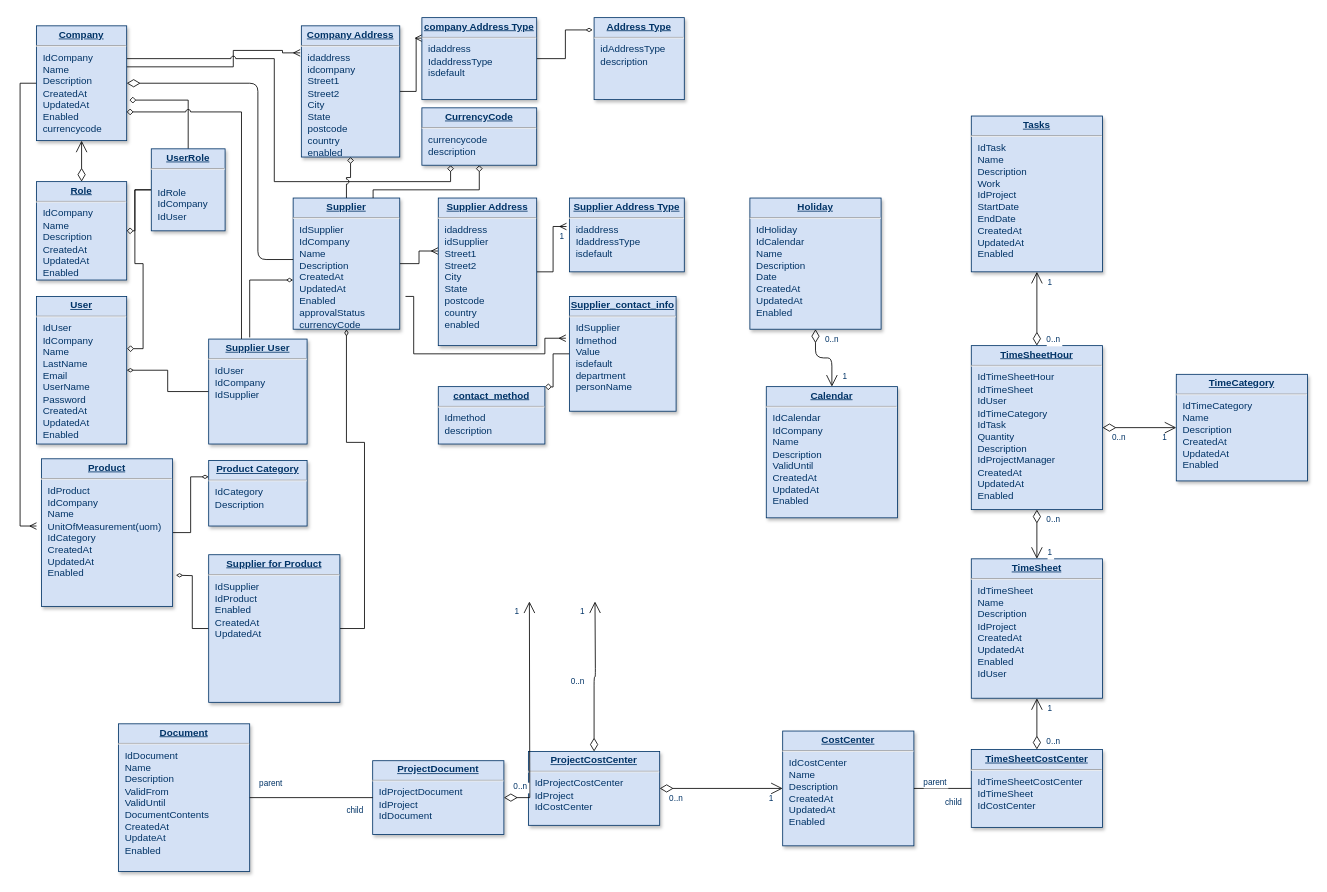
hemdho/react keeps this draw.io diagram as Reverse Auction.drawio. Above is the earlier version. Source tidied: cells renumbered, new cells numbered last; positions are measured from the earlier drawing's top-left corner, leaving out a move shared by most shapes. Both pictures are drawn from the tidied source at 82%, with x=0, y=0 at pixel (20, 17).
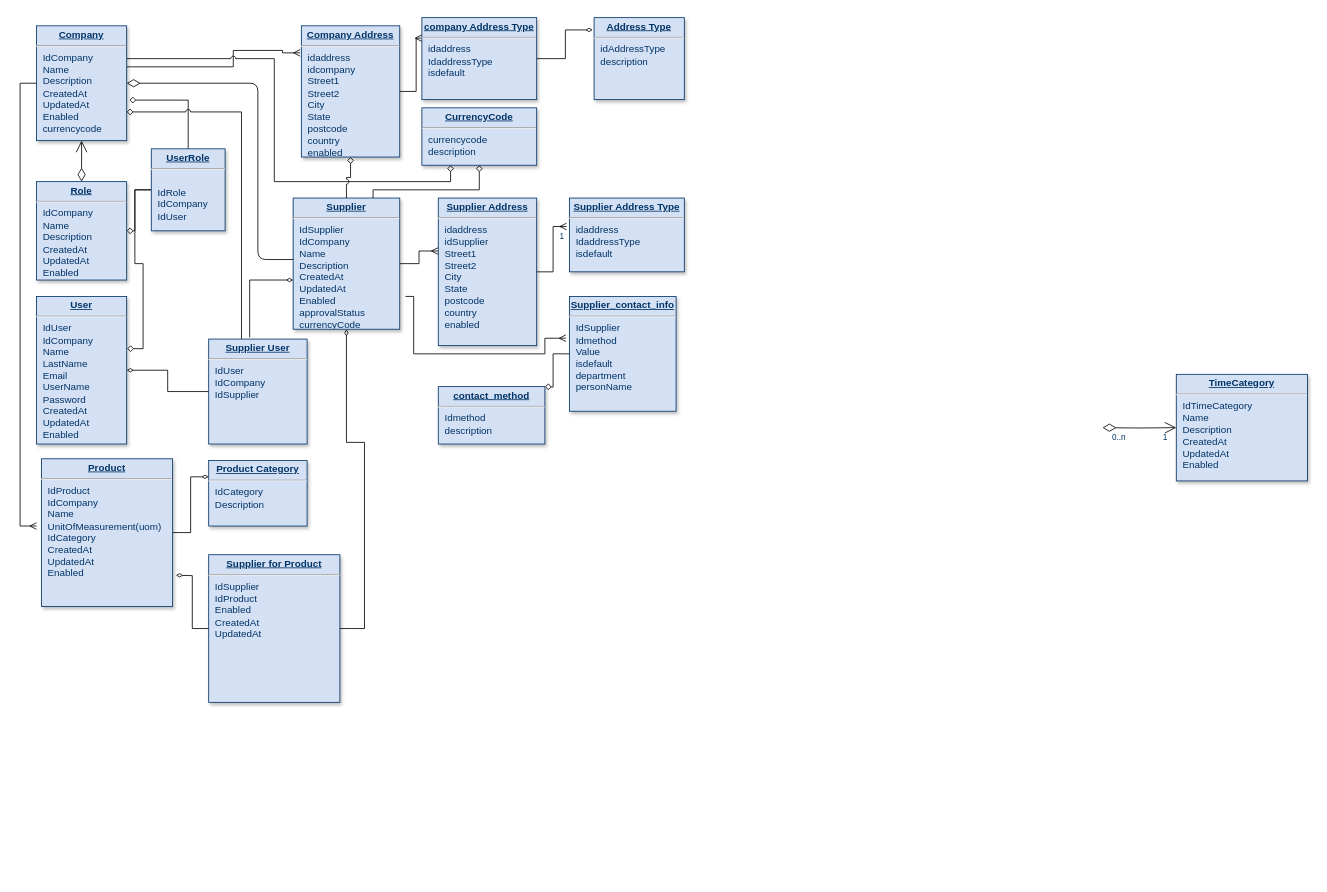
The same page after the edit.

Unchanged cells that the change refers to:
```xml
<mxCell id="23" value="&lt;p style=&quot;margin: 0px; margin-top: 4px; text-align: center; text-decoration: underline;&quot;&gt;&lt;strong&gt;TimeCategory&lt;/strong&gt;&lt;/p&gt;&lt;hr /&gt;&lt;p style=&quot;margin: 0px; margin-left: 8px;&quot;&gt;IdTimeCategory&lt;/p&gt;&lt;p style=&quot;margin: 0px; margin-left: 8px;&quot;&gt;Name&lt;/p&gt;&lt;p style=&quot;margin: 0px; margin-left: 8px;&quot;&gt;Description&lt;/p&gt;&lt;p style=&quot;margin: 0px; margin-left: 8px;&quot;&gt;CreatedAt&lt;/p&gt;&lt;p style=&quot;margin: 0px; margin-left: 8px;&quot;&gt;UpdatedAt&lt;/p&gt;&lt;p style=&quot;margin: 0px; margin-left: 8px;&quot;&gt;Enabled&lt;/p&gt;" style="verticalAlign=top;align=left;overflow=fill;fontSize=12;fontFamily=Helvetica;html=1;strokeColor=#003366;shadow=1;fillColor=#D4E1F5;fontColor=#003366;" parent="1" vertex="1">
  <mxGeometry x="1410" y="435" width="160" height="130" as="geometry" />
</mxCell>
```

Diff of the diagram source:
```diff
@@
-    <mxCell id="7" value="&lt;p style=&quot;margin: 0px; margin-top: 4px; text-align: center; text-decoration: underline;&quot;&gt;&lt;strong&gt;Calendar&lt;/strong&gt;&lt;/p&gt;&lt;hr /&gt;&lt;p style=&quot;margin: 0px; margin-left: 8px;&quot;&gt;IdCalendar&lt;/p&gt;&lt;p style=&quot;margin: 0px; margin-left: 8px;&quot;&gt;IdCompany&lt;/p&gt;&lt;p style=&quot;margin: 0px; margin-left: 8px;&quot;&gt;Name&lt;/p&gt;&lt;p style=&quot;margin: 0px; margin-left: 8px;&quot;&gt;Description&lt;/p&gt;&lt;p style=&quot;margin: 0px; margin-left: 8px;&quot;&gt;ValidUntil&lt;/p&gt;&lt;p style=&quot;margin: 0px; margin-left: 8px;&quot;&gt;CreatedAt&lt;/p&gt;&lt;p style=&quot;margin: 0px; margin-left: 8px;&quot;&gt;UpdatedAt&lt;/p&gt;&lt;p style=&quot;margin: 0px; margin-left: 8px;&quot;&gt;Enabled&lt;/p&gt;" style="verticalAlign=top;align=left;overflow=fill;fontSize=12;fontFamily=Helvetica;html=1;strokeColor=#003366;shadow=1;fillColor=#D4E1F5;fontColor=#003366;" parent="1" vertex="1">
-      <mxGeometry x="910" y="450" width="160" height="160" as="geometry" />
-    </mxCell>
@@
-    <mxCell id="19" value="&lt;p style=&quot;margin: 0px; margin-top: 4px; text-align: center; text-decoration: underline;&quot;&gt;&lt;strong&gt;Holiday&lt;/strong&gt;&lt;/p&gt;&lt;hr /&gt;&lt;p style=&quot;margin: 0px; margin-left: 8px;&quot;&gt;IdHoliday&lt;/p&gt;&lt;p style=&quot;margin: 0px; margin-left: 8px;&quot;&gt;IdCalendar&lt;/p&gt;&lt;p style=&quot;margin: 0px; margin-left: 8px;&quot;&gt;Name&lt;/p&gt;&lt;p style=&quot;margin: 0px; margin-left: 8px;&quot;&gt;Description&lt;/p&gt;&lt;p style=&quot;margin: 0px; margin-left: 8px;&quot;&gt;Date&lt;/p&gt;&lt;p style=&quot;margin: 0px; margin-left: 8px;&quot;&gt;CreatedAt&lt;/p&gt;&lt;p style=&quot;margin: 0px; margin-left: 8px;&quot;&gt;UpdatedAt&lt;/p&gt;&lt;p style=&quot;margin: 0px; margin-left: 8px;&quot;&gt;Enabled&lt;/p&gt;" style="verticalAlign=top;align=left;overflow=fill;fontSize=12;fontFamily=Helvetica;html=1;strokeColor=#003366;shadow=1;fillColor=#D4E1F5;fontColor=#003366;" parent="1" vertex="1">
-      <mxGeometry x="890" y="220" width="160" height="160" as="geometry" />
-    </mxCell>
-    <mxCell id="20" value="&lt;p style=&quot;margin: 0px; margin-top: 4px; text-align: center; text-decoration: underline;&quot;&gt;&lt;strong&gt;TimeSheet&lt;/strong&gt;&lt;/p&gt;&lt;hr /&gt;&lt;p style=&quot;margin: 0px; margin-left: 8px;&quot;&gt;IdTimeSheet&lt;/p&gt;&lt;p style=&quot;margin: 0px; margin-left: 8px;&quot;&gt;Name&lt;/p&gt;&lt;p style=&quot;margin: 0px; margin-left: 8px;&quot;&gt;Description&lt;/p&gt;&lt;p style=&quot;margin: 0px; margin-left: 8px;&quot;&gt;IdProject&lt;/p&gt;&lt;p style=&quot;margin: 0px; margin-left: 8px;&quot;&gt;CreatedAt&lt;/p&gt;&lt;p style=&quot;margin: 0px; margin-left: 8px;&quot;&gt;UpdatedAt&lt;/p&gt;&lt;p style=&quot;margin: 0px; margin-left: 8px;&quot;&gt;Enabled&lt;/p&gt;&lt;p style=&quot;margin: 0px; margin-left: 8px;&quot;&gt;IdUser&lt;/p&gt;" style="verticalAlign=top;align=left;overflow=fill;fontSize=12;fontFamily=Helvetica;html=1;strokeColor=#003366;shadow=1;fillColor=#D4E1F5;fontColor=#003366;" parent="1" vertex="1">
-      <mxGeometry x="1160" y="660" width="160" height="170" as="geometry" />
-    </mxCell>
-    <mxCell id="21" value="&lt;p style=&quot;margin: 0px; margin-top: 4px; text-align: center; text-decoration: underline;&quot;&gt;&lt;strong&gt;TimeSheetHour&lt;/strong&gt;&lt;/p&gt;&lt;hr /&gt;&lt;p style=&quot;margin: 0px; margin-left: 8px;&quot;&gt;IdTimeSheetHour&lt;br /&gt;IdTimeSheet&lt;/p&gt;&lt;p style=&quot;margin: 0px; margin-left: 8px;&quot;&gt;IdUser&lt;/p&gt;&lt;p style=&quot;margin: 0px; margin-left: 8px;&quot;&gt;IdTimeCategory&lt;/p&gt;&lt;p style=&quot;margin: 0px; margin-left: 8px;&quot;&gt;IdTask&lt;/p&gt;&lt;p style=&quot;margin: 0px; margin-left: 8px;&quot;&gt;Quantity&lt;/p&gt;&lt;p style=&quot;margin: 0px; margin-left: 8px;&quot;&gt;Description&lt;/p&gt;&lt;p style=&quot;margin: 0px; margin-left: 8px;&quot;&gt;IdProjectManager&lt;/p&gt;&lt;p style=&quot;margin: 0px; margin-left: 8px;&quot;&gt;CreatedAt&lt;/p&gt;&lt;p style=&quot;margin: 0px; margin-left: 8px;&quot;&gt;UpdatedAt&lt;/p&gt;&lt;p style=&quot;margin: 0px; margin-left: 8px;&quot;&gt;Enabled&lt;/p&gt;" style="verticalAlign=top;align=left;overflow=fill;fontSize=12;fontFamily=Helvetica;html=1;strokeColor=#003366;shadow=1;fillColor=#D4E1F5;fontColor=#003366;" parent="1" vertex="1">
-      <mxGeometry x="1160" y="400" width="160" height="200" as="geometry" />
-    </mxCell>
-    <mxCell id="22" value="&lt;p style=&quot;margin: 0px; margin-top: 4px; text-align: center; text-decoration: underline;&quot;&gt;&lt;strong&gt;Document&lt;/strong&gt;&lt;/p&gt;&lt;hr /&gt;&lt;p style=&quot;margin: 0px; margin-left: 8px;&quot;&gt;IdDocument&lt;/p&gt;&lt;p style=&quot;margin: 0px; margin-left: 8px;&quot;&gt;Name&lt;/p&gt;&lt;p style=&quot;margin: 0px; margin-left: 8px;&quot;&gt;Description&lt;/p&gt;&lt;p style=&quot;margin: 0px; margin-left: 8px;&quot;&gt;ValidFrom&lt;/p&gt;&lt;p style=&quot;margin: 0px; margin-left: 8px;&quot;&gt;ValidUntil&lt;/p&gt;&lt;p style=&quot;margin: 0px; margin-left: 8px;&quot;&gt;DocumentContents&lt;/p&gt;&lt;p style=&quot;margin: 0px; margin-left: 8px;&quot;&gt;CreatedAt&lt;/p&gt;&lt;p style=&quot;margin: 0px; margin-left: 8px;&quot;&gt;UpdateAt&lt;/p&gt;&lt;p style=&quot;margin: 0px; margin-left: 8px;&quot;&gt;Enabled&lt;/p&gt;" style="verticalAlign=top;align=left;overflow=fill;fontSize=12;fontFamily=Helvetica;html=1;strokeColor=#003366;shadow=1;fillColor=#D4E1F5;fontColor=#003366;" parent="1" vertex="1">
-      <mxGeometry x="120" y="861.2" width="160" height="180" as="geometry" />
-    </mxCell>
@@
-    <mxCell id="24" value="&lt;p style=&quot;margin: 0px; margin-top: 4px; text-align: center; text-decoration: underline;&quot;&gt;&lt;strong&gt;TimeSheetCostCenter&lt;/strong&gt;&lt;/p&gt;&lt;hr /&gt;&lt;p style=&quot;margin: 0px; margin-left: 8px;&quot;&gt;IdTimeSheetCostCenter&lt;/p&gt;&lt;p style=&quot;margin: 0px; margin-left: 8px;&quot;&gt;IdTimeSheet&lt;/p&gt;&lt;p style=&quot;margin: 0px; margin-left: 8px;&quot;&gt;IdCostCenter&lt;/p&gt;" style="verticalAlign=top;align=left;overflow=fill;fontSize=12;fontFamily=Helvetica;html=1;strokeColor=#003366;shadow=1;fillColor=#D4E1F5;fontColor=#003366;" parent="1" vertex="1">
-      <mxGeometry x="1160" y="892.5" width="160" height="95" as="geometry" />
-    </mxCell>
-    <mxCell id="25" value="&lt;p style=&quot;margin: 0px; margin-top: 4px; text-align: center; text-decoration: underline;&quot;&gt;&lt;strong&gt;CostCenter&lt;/strong&gt;&lt;/p&gt;&lt;hr /&gt;&lt;p style=&quot;margin: 0px; margin-left: 8px;&quot;&gt;IdCostCenter&lt;/p&gt;&lt;p style=&quot;margin: 0px; margin-left: 8px;&quot;&gt;Name&lt;/p&gt;&lt;p style=&quot;margin: 0px; margin-left: 8px;&quot;&gt;Description&lt;/p&gt;&lt;p style=&quot;margin: 0px; margin-left: 8px;&quot;&gt;CreatedAt&lt;/p&gt;&lt;p style=&quot;margin: 0px; margin-left: 8px;&quot;&gt;UpdatedAt&lt;/p&gt;&lt;p style=&quot;margin: 0px; margin-left: 8px;&quot;&gt;Enabled&lt;/p&gt;" style="verticalAlign=top;align=left;overflow=fill;fontSize=12;fontFamily=Helvetica;html=1;strokeColor=#003366;shadow=1;fillColor=#D4E1F5;fontColor=#003366;" parent="1" vertex="1">
-      <mxGeometry x="930" y="870" width="160" height="140" as="geometry" />
-    </mxCell>
-    <mxCell id="26" value="&lt;p style=&quot;margin: 0px; margin-top: 4px; text-align: center; text-decoration: underline;&quot;&gt;&lt;strong&gt;ProjectCostCenter&lt;/strong&gt;&lt;/p&gt;&lt;hr /&gt;&lt;p style=&quot;margin: 0px; margin-left: 8px;&quot;&gt;IdProjectCostCenter&lt;/p&gt;&lt;p style=&quot;margin: 0px; margin-left: 8px;&quot;&gt;IdProject&lt;/p&gt;&lt;p style=&quot;margin: 0px; margin-left: 8px;&quot;&gt;IdCostCenter&lt;/p&gt;" style="verticalAlign=top;align=left;overflow=fill;fontSize=12;fontFamily=Helvetica;html=1;strokeColor=#003366;shadow=1;fillColor=#D4E1F5;fontColor=#003366;" parent="1" vertex="1">
-      <mxGeometry x="620" y="895" width="160" height="90" as="geometry" />
-    </mxCell>
-    <mxCell id="27" value="&lt;p style=&quot;margin: 0px ; margin-top: 4px ; text-align: center ; text-decoration: underline&quot;&gt;&lt;strong&gt;ProjectDocument&lt;/strong&gt;&lt;/p&gt;&lt;hr&gt;&lt;p style=&quot;margin: 0px ; margin-left: 8px&quot;&gt;IdProjectDocument&lt;/p&gt;&lt;p style=&quot;margin: 0px ; margin-left: 8px&quot;&gt;IdProject&lt;/p&gt;&lt;p style=&quot;margin: 0px ; margin-left: 8px&quot;&gt;IdDocument&lt;/p&gt;" style="verticalAlign=top;align=left;overflow=fill;fontSize=12;fontFamily=Helvetica;html=1;strokeColor=#003366;shadow=1;fillColor=#D4E1F5;fontColor=#003366;" parent="1" vertex="1">
-      <mxGeometry x="430" y="906.2" width="160" height="90" as="geometry" />
-    </mxCell>
-    <mxCell id="28" value="&lt;p style=&quot;margin: 0px; margin-top: 4px; text-align: center; text-decoration: underline;&quot;&gt;&lt;strong&gt;Tasks&lt;/strong&gt;&lt;/p&gt;&lt;hr /&gt;&lt;p style=&quot;margin: 0px; margin-left: 8px;&quot;&gt;IdTask&lt;/p&gt;&lt;p style=&quot;margin: 0px; margin-left: 8px;&quot;&gt;Name&lt;/p&gt;&lt;p style=&quot;margin: 0px; margin-left: 8px;&quot;&gt;Description&lt;/p&gt;&lt;p style=&quot;margin: 0px; margin-left: 8px;&quot;&gt;Work&lt;/p&gt;&lt;p style=&quot;margin: 0px; margin-left: 8px;&quot;&gt;IdProject&lt;/p&gt;&lt;p style=&quot;margin: 0px; margin-left: 8px;&quot;&gt;StartDate&lt;/p&gt;&lt;p style=&quot;margin: 0px; margin-left: 8px;&quot;&gt;EndDate&lt;/p&gt;&lt;p style=&quot;margin: 0px; margin-left: 8px;&quot;&gt;CreatedAt&lt;/p&gt;&lt;p style=&quot;margin: 0px; margin-left: 8px;&quot;&gt;UpdatedAt&lt;/p&gt;&lt;p style=&quot;margin: 0px; margin-left: 8px;&quot;&gt;Enabled&lt;/p&gt;" style="verticalAlign=top;align=left;overflow=fill;fontSize=12;fontFamily=Helvetica;html=1;strokeColor=#003366;shadow=1;fillColor=#D4E1F5;fontColor=#003366;" parent="1" vertex="1">
-      <mxGeometry x="1160" y="120" width="160" height="190" as="geometry" />
-    </mxCell>
@@
-    <mxCell id="31" style="endArrow=open;endSize=12;startArrow=diamondThin;startSize=14;startFill=0;edgeStyle=orthogonalEdgeStyle;" parent="1" edge="1" source="21" target="20">
-      <mxGeometry x="1269.4" y="180" as="geometry" />
-    </mxCell>
-    <mxCell id="32" value="0..n" style="align=left;verticalAlign=top;labelBackgroundColor=#ffffff;fontSize=10;strokeColor=#003366;shadow=1;fillColor=#D4E1F5;fontColor=#003366;" parent="31" vertex="1">
-      <mxGeometry x="-1" relative="1" as="geometry">
-        <mxPoint x="10" as="offset" />
-      </mxGeometry>
-    </mxCell>
-    <mxCell id="33" value="1" style="align=right;verticalAlign=top;labelBackgroundColor=#ffffff;fontSize=10;strokeColor=#003366;shadow=1;fillColor=#D4E1F5;fontColor=#003366;" parent="31" vertex="1">
-      <mxGeometry x="1" relative="1" as="geometry">
-        <mxPoint x="20" y="-20" as="offset" />
-      </mxGeometry>
-    </mxCell>
-    <mxCell id="34" style="endArrow=open;endSize=12;startArrow=diamondThin;startSize=14;startFill=0;edgeStyle=orthogonalEdgeStyle;entryX=0.75;entryY=1;" parent="1" edge="1" source="26">
-      <mxGeometry x="479.4" y="790" as="geometry">
-        <mxPoint x="701.1" y="712" as="targetPoint" />
-      </mxGeometry>
-    </mxCell>
-    <mxCell id="35" value="0..n" style="align=left;verticalAlign=top;labelBackgroundColor=#ffffff;fontSize=10;strokeColor=#003366;shadow=1;fillColor=#D4E1F5;fontColor=#003366;" parent="34" vertex="1">
-      <mxGeometry x="-1" relative="1" as="geometry">
-        <mxPoint x="-30" y="-97.5" as="offset" />
-      </mxGeometry>
-    </mxCell>
-    <mxCell id="36" value="1" style="align=right;verticalAlign=top;labelBackgroundColor=#ffffff;fontSize=10;strokeColor=#003366;shadow=1;fillColor=#D4E1F5;fontColor=#003366;" parent="34" vertex="1">
-      <mxGeometry x="1" relative="1" as="geometry">
-        <mxPoint x="-11.1" as="offset" />
-      </mxGeometry>
-    </mxCell>
-    <mxCell id="37" style="endArrow=open;endSize=12;startArrow=diamondThin;startSize=14;startFill=0;edgeStyle=orthogonalEdgeStyle;" parent="1" edge="1" source="26" target="25">
-      <mxGeometry x="469.4" y="526.2" as="geometry" />
-    </mxCell>
-    <mxCell id="38" value="0..n" style="align=left;verticalAlign=top;labelBackgroundColor=#ffffff;fontSize=10;strokeColor=#003366;shadow=1;fillColor=#D4E1F5;fontColor=#003366;" parent="37" vertex="1">
-      <mxGeometry x="-1" relative="1" as="geometry">
-        <mxPoint x="10" as="offset" />
-      </mxGeometry>
-    </mxCell>
-    <mxCell id="39" value="1" style="align=right;verticalAlign=top;labelBackgroundColor=#ffffff;fontSize=10;strokeColor=#003366;shadow=1;fillColor=#D4E1F5;fontColor=#003366;" parent="37" vertex="1">
-      <mxGeometry x="1" relative="1" as="geometry">
-        <mxPoint x="-10" as="offset" />
-      </mxGeometry>
-    </mxCell>
-    <mxCell id="40" style="endArrow=open;endSize=12;startArrow=diamondThin;startSize=14;startFill=0;edgeStyle=orthogonalEdgeStyle;entryX=0.25;entryY=1;rounded=0;" parent="1" edge="1" source="27">
-      <mxGeometry x="419.4" y="820" as="geometry">
-        <mxPoint x="621.1" y="712" as="targetPoint" />
-      </mxGeometry>
-    </mxCell>
-    <mxCell id="41" value="0..n" style="align=left;verticalAlign=top;labelBackgroundColor=#ffffff;fontSize=10;strokeColor=#003366;shadow=1;fillColor=#D4E1F5;fontColor=#003366;" parent="40" vertex="1">
-      <mxGeometry x="-1" relative="1" as="geometry">
-        <mxPoint x="10" y="-26.2" as="offset" />
-      </mxGeometry>
-    </mxCell>
-    <mxCell id="42" value="1" style="align=right;verticalAlign=top;labelBackgroundColor=#ffffff;fontSize=10;strokeColor=#003366;shadow=1;fillColor=#D4E1F5;fontColor=#003366;" parent="40" vertex="1">
-      <mxGeometry x="1" relative="1" as="geometry">
-        <mxPoint x="-11.1" as="offset" />
-      </mxGeometry>
-    </mxCell>
-    <mxCell id="43" style="endArrow=open;endSize=12;startArrow=diamondThin;startSize=14;startFill=0;edgeStyle=orthogonalEdgeStyle;" parent="1" edge="1" source="24" target="20">
-      <mxGeometry x="1079.4" y="560" as="geometry" />
-    </mxCell>
-    <mxCell id="44" value="0..n" style="align=left;verticalAlign=top;labelBackgroundColor=#ffffff;fontSize=10;strokeColor=#003366;shadow=1;fillColor=#D4E1F5;fontColor=#003366;" parent="43" vertex="1">
-      <mxGeometry x="-1" relative="1" as="geometry">
-        <mxPoint x="10" y="-22.5" as="offset" />
-      </mxGeometry>
-    </mxCell>
-    <mxCell id="45" value="1" style="align=right;verticalAlign=top;labelBackgroundColor=#ffffff;fontSize=10;strokeColor=#003366;shadow=1;fillColor=#D4E1F5;fontColor=#003366;" parent="43" vertex="1">
-      <mxGeometry x="1" relative="1" as="geometry">
-        <mxPoint x="20" as="offset" />
-      </mxGeometry>
-    </mxCell>
-    <mxCell id="46" style="endArrow=open;endSize=12;startArrow=diamondThin;startSize=14;startFill=0;edgeStyle=orthogonalEdgeStyle;" parent="1" edge="1" source="21" target="23">
-      <mxGeometry x="1309.4" y="540" as="geometry" />
+    <mxCell id="46" style="endArrow=open;endSize=12;startArrow=diamondThin;startSize=14;startFill=0;edgeStyle=orthogonalEdgeStyle;" parent="1" edge="1" target="23">
+      <mxGeometry x="1309.4" y="540" as="geometry">
+        <mxPoint x="1320" y="500" as="sourcePoint" />
+      </mxGeometry>
     </mxCell>
@@
-    <mxCell id="49" style="endArrow=open;endSize=12;startArrow=diamondThin;startSize=14;startFill=0;edgeStyle=orthogonalEdgeStyle;" parent="1" edge="1" source="21" target="28">
-      <mxGeometry x="1119.4" y="540" as="geometry" />
-    </mxCell>
-    <mxCell id="50" value="0..n" style="align=left;verticalAlign=top;labelBackgroundColor=#ffffff;fontSize=10;strokeColor=#003366;shadow=1;fillColor=#D4E1F5;fontColor=#003366;" parent="49" vertex="1">
-      <mxGeometry x="-1" relative="1" as="geometry">
-        <mxPoint x="10" y="-20" as="offset" />
-      </mxGeometry>
-    </mxCell>
-    <mxCell id="51" value="1" style="align=right;verticalAlign=top;labelBackgroundColor=#ffffff;fontSize=10;strokeColor=#003366;shadow=1;fillColor=#D4E1F5;fontColor=#003366;" parent="49" vertex="1">
-      <mxGeometry x="1" relative="1" as="geometry">
-        <mxPoint x="20" as="offset" />
-      </mxGeometry>
-    </mxCell>
@@
-    <mxCell id="53" style="endArrow=open;endSize=12;startArrow=diamondThin;startSize=14;startFill=0;edgeStyle=orthogonalEdgeStyle;" parent="1" edge="1" source="19" target="7">
-      <mxGeometry x="620" y="340" as="geometry" />
-    </mxCell>
-    <mxCell id="54" value="0..n" style="align=left;verticalAlign=top;labelBackgroundColor=#ffffff;fontSize=10;strokeColor=#003366;shadow=1;fillColor=#D4E1F5;fontColor=#003366;" parent="53" vertex="1">
-      <mxGeometry x="-1" relative="1" as="geometry">
-        <mxPoint x="10" as="offset" />
-      </mxGeometry>
-    </mxCell>
-    <mxCell id="55" value="1" style="align=right;verticalAlign=top;labelBackgroundColor=#ffffff;fontSize=10;strokeColor=#003366;shadow=1;fillColor=#D4E1F5;fontColor=#003366;" parent="53" vertex="1">
-      <mxGeometry x="1" relative="1" as="geometry">
-        <mxPoint x="20" y="-25" as="offset" />
-      </mxGeometry>
-    </mxCell>
-    <mxCell id="56" style="endArrow=none;edgeStyle=orthogonalEdgeStyle;" parent="1" edge="1" source="22" target="27">
-      <mxGeometry x="190" y="950" as="geometry" />
-    </mxCell>
-    <mxCell id="57" value="parent" style="align=left;verticalAlign=bottom;labelBackgroundColor=#ffffff;fontSize=10;strokeColor=#003366;shadow=1;fillColor=#D4E1F5;fontColor=#003366;" parent="56" vertex="1">
-      <mxGeometry x="-1" relative="1" as="geometry">
-        <mxPoint x="10" y="-10" as="offset" />
-      </mxGeometry>
-    </mxCell>
-    <mxCell id="58" value="child" style="align=right;verticalAlign=bottom;labelBackgroundColor=#ffffff;fontSize=10;strokeColor=#003366;shadow=1;fillColor=#D4E1F5;fontColor=#003366;" parent="56" vertex="1">
-      <mxGeometry x="1" relative="1" as="geometry">
-        <mxPoint x="-10" y="23.8" as="offset" />
-      </mxGeometry>
-    </mxCell>
-    <mxCell id="59" style="endArrow=none;edgeStyle=orthogonalEdgeStyle;" parent="1" edge="1" source="25" target="24">
-      <mxGeometry x="910" y="972.5" as="geometry" />
-    </mxCell>
-    <mxCell id="60" value="parent" style="align=left;verticalAlign=bottom;labelBackgroundColor=#ffffff;fontSize=10;strokeColor=#003366;shadow=1;fillColor=#D4E1F5;fontColor=#003366;" parent="59" vertex="1">
-      <mxGeometry x="-1" relative="1" as="geometry">
-        <mxPoint x="10" as="offset" />
-      </mxGeometry>
-    </mxCell>
-    <mxCell id="61" value="child" style="align=right;verticalAlign=bottom;labelBackgroundColor=#ffffff;fontSize=10;strokeColor=#003366;shadow=1;fillColor=#D4E1F5;fontColor=#003366;" parent="59" vertex="1">
-      <mxGeometry x="1" relative="1" as="geometry">
-        <mxPoint x="-10" y="25" as="offset" />
-      </mxGeometry>
-    </mxCell>
```
